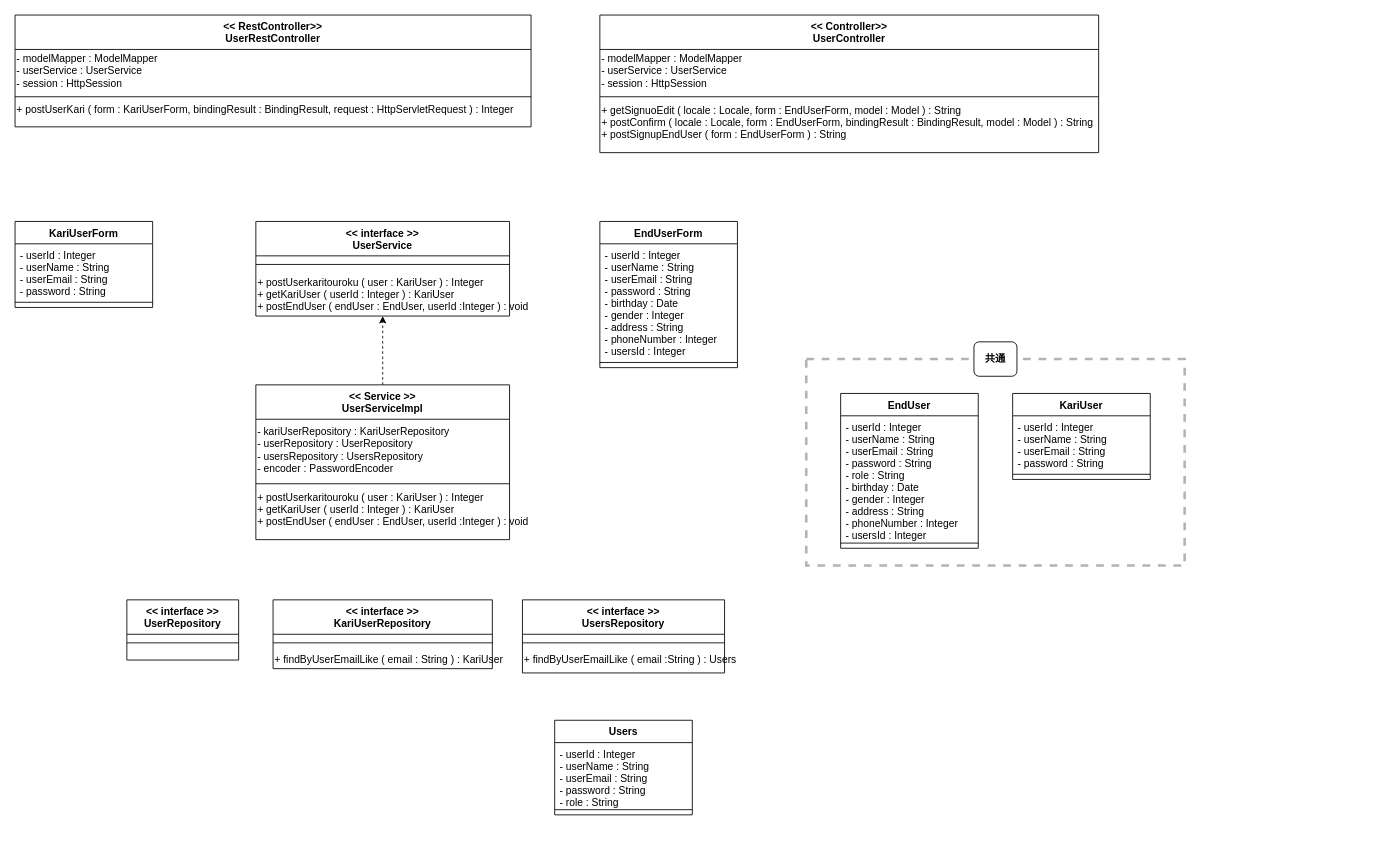
Above: page "アカウント登録機能（ユーザー用）" (18 of 20) of クラス図.drawio in kumikoarai/ecsite (draw.io), before the change. Source tidied: cells renumbered, new cells numbered last; positions are measured from the earlier drawing's top-left corner, leaving out a move shared by most shapes. Both pictures are drawn from the tidied source at 86%, with x=0, y=0 at pixel (15, 15).
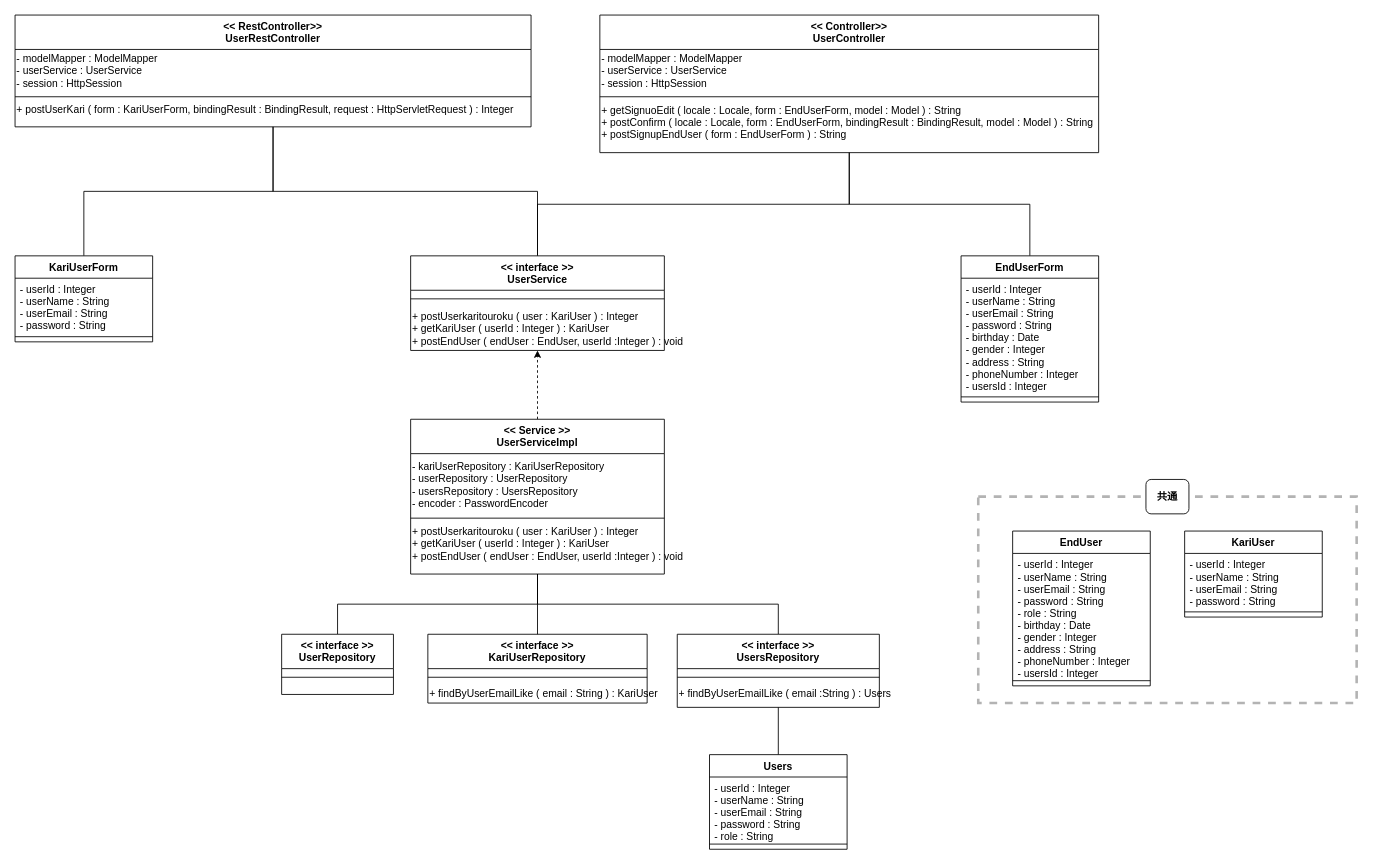
The same diagram, later.

Unchanged cells that the change refers to:
```xml
<mxCell id="4" value="&lt;&lt; RestController&gt;&gt;&#10;UserRestController" style="swimlane;fontStyle=1;align=center;verticalAlign=middle;horizontal=1;startSize=40;rounded=0;shadow=0;strokeWidth=1;" parent="1" vertex="1">
  <mxGeometry width="600" height="130" as="geometry" />
</mxCell>
<mxCell id="8" value="&lt;&lt; Controller&gt;&gt;&#10;UserController" style="swimlane;fontStyle=1;align=center;verticalAlign=middle;horizontal=1;startSize=40;rounded=0;shadow=0;strokeWidth=1;" parent="1" vertex="1">
  <mxGeometry x="680" width="580" height="160" as="geometry" />
</mxCell>
```

Change to the diagram source:
```diff
@@
     <mxCell id="2" style="rounded=0;whiteSpace=wrap;html=1;dashed=1;labelBackgroundColor=none;labelBorderColor=none;strokeColor=#B3B3B3;strokeWidth=3;fontSize=12;" parent="1" vertex="1">
-      <mxGeometry x="920" y="400" width="440" height="240" as="geometry" />
+      <mxGeometry x="1120" y="560" width="440" height="240" as="geometry" />
     </mxCell>
     <mxCell id="3" value="共通" style="rounded=1;whiteSpace=wrap;html=1;fontStyle=1;fontSize=12;" parent="1" vertex="1">
-      <mxGeometry x="1115" y="380" width="50" height="40" as="geometry" />
+      <mxGeometry x="1315" y="540" width="50" height="40" as="geometry" />
     </mxCell>
+    <mxCell id="43" style="edgeStyle=orthogonalEdgeStyle;rounded=0;jettySize=auto;html=1;exitX=0.5;exitY=1;exitDx=0;exitDy=0;entryX=0.5;entryY=0;entryDx=0;entryDy=0;endArrow=none;endFill=0;" parent="1" edge="1" source="4" target="18">
+      <mxGeometry relative="1" as="geometry">
+        <Array as="points">
+          <mxPoint x="300" y="205" />
+          <mxPoint x="608" y="205" />
+        </Array>
+      </mxGeometry>
+    </mxCell>
@@
+    <mxCell id="44" style="edgeStyle=orthogonalEdgeStyle;rounded=0;jettySize=auto;html=1;exitX=0.5;exitY=1;exitDx=0;exitDy=0;entryX=0.5;entryY=0;entryDx=0;entryDy=0;endArrow=none;endFill=0;" parent="1" edge="1" source="8" target="18">
+      <mxGeometry relative="1" as="geometry" />
+    </mxCell>
+    <mxCell id="45" style="edgeStyle=orthogonalEdgeStyle;rounded=0;jettySize=auto;html=1;exitX=0.5;exitY=1;exitDx=0;exitDy=0;entryX=0.5;entryY=0;entryDx=0;entryDy=0;endArrow=none;endFill=0;" parent="1" edge="1" source="8" target="34">
+      <mxGeometry relative="1" as="geometry" />
+    </mxCell>
@@
+    <mxCell id="46" style="edgeStyle=orthogonalEdgeStyle;rounded=0;jettySize=auto;html=1;exitX=0.5;exitY=0;exitDx=0;exitDy=0;entryX=0.5;entryY=1;entryDx=0;entryDy=0;endArrow=none;endFill=0;" parent="1" edge="1" source="12" target="4">
+      <mxGeometry relative="1" as="geometry" />
+    </mxCell>
     <mxCell id="12" value="KariUserForm" style="swimlane;fontStyle=1;align=center;verticalAlign=middle;horizontal=1;startSize=26;rounded=0;shadow=0;strokeWidth=1;" parent="1" vertex="1">
-      <mxGeometry y="240" width="160" height="100" as="geometry" />
+      <mxGeometry y="280" width="160" height="100" as="geometry" />
     </mxCell>
@@
     <mxCell id="15" value="KariUser" style="swimlane;fontStyle=1;align=center;verticalAlign=middle;horizontal=1;startSize=26;rounded=0;shadow=0;strokeWidth=1;" parent="1" vertex="1">
-      <mxGeometry x="1160" y="440" width="160" height="100" as="geometry" />
+      <mxGeometry x="1360" y="600" width="160" height="100" as="geometry" />
     </mxCell>
@@
     <mxCell id="18" value="&lt;&lt; interface &gt;&gt;&#10;UserService" style="swimlane;fontStyle=1;align=center;verticalAlign=middle;horizontal=1;startSize=40;rounded=0;shadow=0;strokeWidth=1;" parent="1" vertex="1">
-      <mxGeometry x="280" y="240" width="295" height="110" as="geometry" />
+      <mxGeometry x="460" y="280" width="295" height="110" as="geometry" />
     </mxCell>
@@
     <mxCell id="21" value="&lt;&lt; interface &gt;&gt;&#10;KariUserRepository" style="swimlane;fontStyle=1;align=center;verticalAlign=middle;horizontal=1;startSize=40;rounded=0;shadow=0;strokeWidth=1;" parent="1" vertex="1">
-      <mxGeometry x="300" y="680" width="255" height="80" as="geometry" />
+      <mxGeometry x="480" y="720" width="255" height="80" as="geometry" />
     </mxCell>
@@
+    <mxCell id="47" style="edgeStyle=orthogonalEdgeStyle;rounded=0;jettySize=auto;html=1;exitX=0.5;exitY=1;exitDx=0;exitDy=0;entryX=0.5;entryY=0;entryDx=0;entryDy=0;endArrow=none;endFill=0;" parent="1" edge="1" source="25" target="21">
+      <mxGeometry relative="1" as="geometry" />
+    </mxCell>
+    <mxCell id="48" style="edgeStyle=orthogonalEdgeStyle;rounded=0;jettySize=auto;html=1;exitX=0.5;exitY=1;exitDx=0;exitDy=0;entryX=0.5;entryY=0;entryDx=0;entryDy=0;endArrow=none;endFill=0;" parent="1" edge="1" source="25" target="29">
+      <mxGeometry relative="1" as="geometry" />
+    </mxCell>
+    <mxCell id="49" style="edgeStyle=orthogonalEdgeStyle;rounded=0;jettySize=auto;html=1;exitX=0.5;exitY=1;exitDx=0;exitDy=0;entryX=0.5;entryY=0;entryDx=0;entryDy=0;endArrow=none;endFill=0;" parent="1" edge="1" source="25" target="31">
+      <mxGeometry relative="1" as="geometry" />
+    </mxCell>
     <mxCell id="25" value="&lt;&lt; Service &gt;&gt;&#10;UserServiceImpl" style="swimlane;fontStyle=1;align=center;verticalAlign=middle;horizontal=1;startSize=40;rounded=0;shadow=0;strokeWidth=1;" parent="1" vertex="1">
-      <mxGeometry x="280" y="430" width="295" height="180" as="geometry" />
+      <mxGeometry x="460" y="470" width="295" height="180" as="geometry" />
     </mxCell>
@@
     <mxCell id="29" value="&lt;&lt; interface &gt;&gt;&#10;UserRepository" style="swimlane;fontStyle=1;align=center;verticalAlign=middle;horizontal=1;startSize=40;rounded=0;shadow=0;strokeWidth=1;" parent="1" vertex="1">
-      <mxGeometry x="130" y="680" width="130" height="70" as="geometry" />
+      <mxGeometry x="310" y="720" width="130" height="70" as="geometry" />
     </mxCell>
@@
     <mxCell id="31" value="&lt;&lt; interface &gt;&gt;&#10;UsersRepository" style="swimlane;fontStyle=1;align=center;verticalAlign=middle;horizontal=1;startSize=40;rounded=0;shadow=0;strokeWidth=1;" parent="1" vertex="1">
-      <mxGeometry x="590" y="680" width="235" height="85" as="geometry" />
+      <mxGeometry x="770" y="720" width="235" height="85" as="geometry" />
     </mxCell>
@@
     <mxCell id="34" value="EndUserForm" style="swimlane;fontStyle=1;align=center;verticalAlign=middle;horizontal=1;startSize=26;rounded=0;shadow=0;strokeWidth=1;" parent="1" vertex="1">
-      <mxGeometry x="680" y="240" width="160" height="170" as="geometry" />
+      <mxGeometry x="1100" y="280" width="160" height="170" as="geometry" />
     </mxCell>
@@
     <mxCell id="37" value="EndUser" style="swimlane;fontStyle=1;align=center;verticalAlign=middle;horizontal=1;startSize=26;rounded=0;shadow=0;strokeWidth=1;" parent="1" vertex="1">
-      <mxGeometry x="960" y="440" width="160" height="180" as="geometry" />
+      <mxGeometry x="1160" y="600" width="160" height="180" as="geometry" />
     </mxCell>
@@
+    <mxCell id="50" style="edgeStyle=orthogonalEdgeStyle;rounded=0;jettySize=auto;html=1;exitX=0.5;exitY=0;exitDx=0;exitDy=0;entryX=0.5;entryY=1;entryDx=0;entryDy=0;endArrow=none;endFill=0;" parent="1" edge="1" source="40" target="31">
+      <mxGeometry relative="1" as="geometry" />
+    </mxCell>
     <mxCell id="40" value="Users" style="swimlane;fontStyle=1;align=center;verticalAlign=middle;horizontal=1;startSize=26;rounded=0;shadow=0;strokeWidth=1;" parent="1" vertex="1">
-      <mxGeometry x="627.5" y="820" width="160" height="110" as="geometry" />
+      <mxGeometry x="807.5" y="860" width="160" height="110" as="geometry" />
     </mxCell>
```
